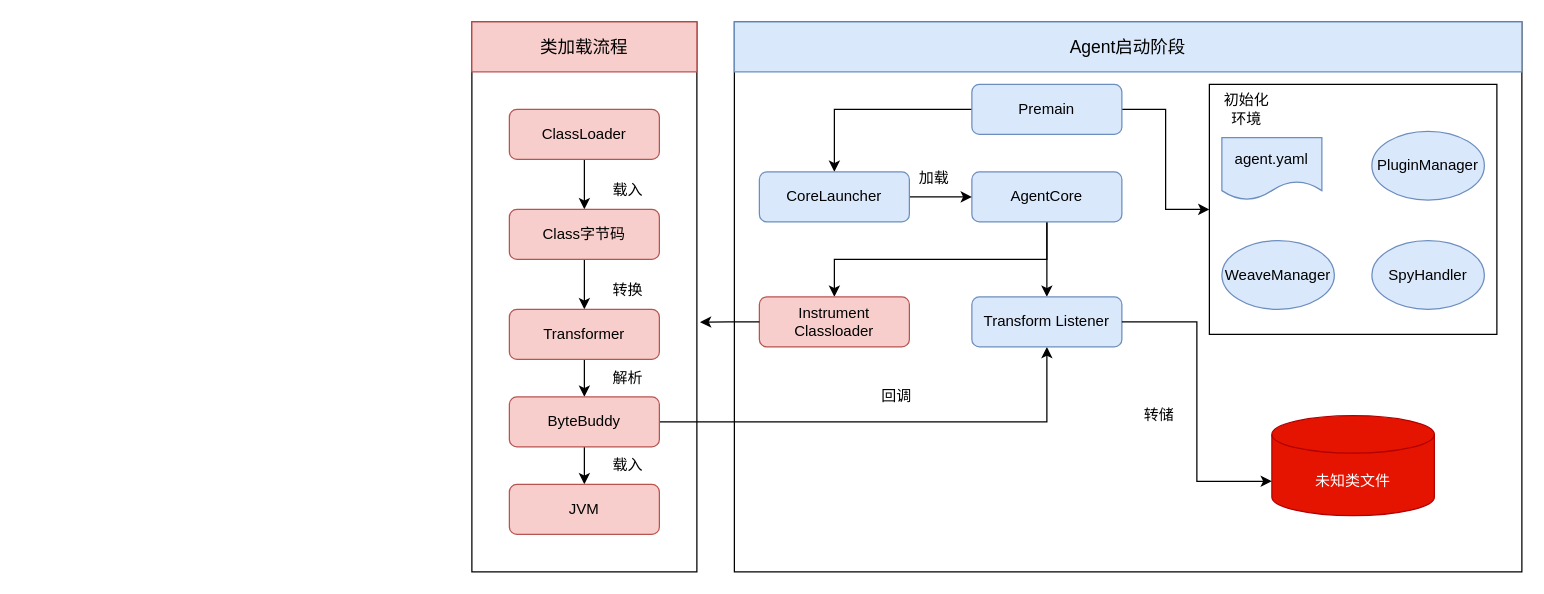
This is memshell.drawio from little-Icey/for-draw.io, a draw.io file, before an edit. Source tidied: cells renumbered, new cells numbered last; positions are measured from the earlier drawing's top-left corner, leaving out a move shared by most shapes. Both pictures are drawn from the tidied source at 125%, with x=0, y=0 at pixel (471, 21). Pictures stored in the file or linked from it are replaced by grey dashed boxes.
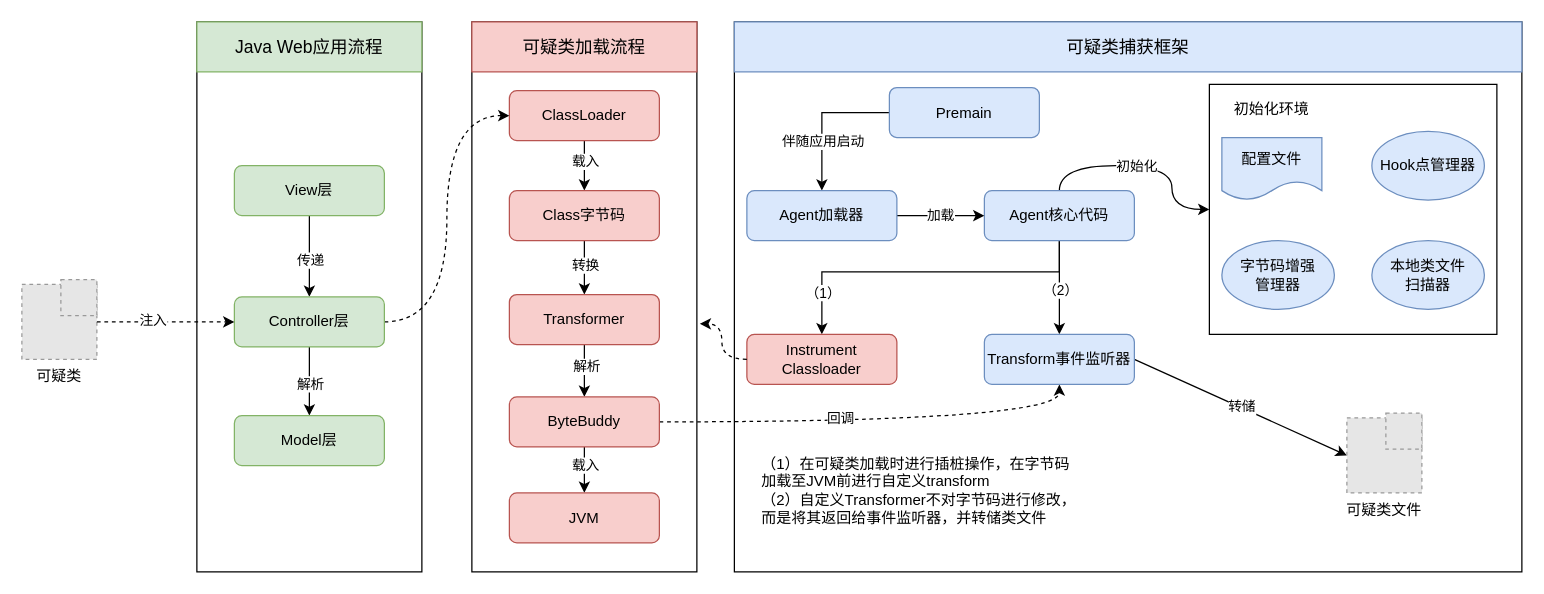
Above is the later version.

The change refers to these unchanged cells:
```xml
<mxCell id="3" style="rounded=0;whiteSpace=wrap;html=1;" parent="1" vertex="1">
  <mxGeometry width="180" height="440" as="geometry" />
</mxCell>
<mxCell id="5" style="edgeStyle=orthogonalEdgeStyle;rounded=0;jettySize=auto;html=1;exitX=0.5;exitY=1;exitDx=0;exitDy=0;entryX=0.5;entryY=0;entryDx=0;entryDy=0;" parent="1" edge="1" source="6" target="8">
  <mxGeometry relative="1" as="geometry" />
</mxCell>
<mxCell id="7" style="edgeStyle=orthogonalEdgeStyle;rounded=0;jettySize=auto;html=1;exitX=0.5;exitY=1;exitDx=0;exitDy=0;entryX=0.5;entryY=0;entryDx=0;entryDy=0;" parent="1" edge="1" source="8" target="10">
  <mxGeometry relative="1" as="geometry" />
</mxCell>
<mxCell id="9" style="edgeStyle=orthogonalEdgeStyle;rounded=0;jettySize=auto;html=1;exitX=0.5;exitY=1;exitDx=0;exitDy=0;entryX=0.5;entryY=0;entryDx=0;entryDy=0;" parent="1" edge="1" source="10" target="13">
  <mxGeometry relative="1" as="geometry" />
</mxCell>
<mxCell id="11" style="edgeStyle=orthogonalEdgeStyle;rounded=0;jettySize=auto;html=1;exitX=0.5;exitY=1;exitDx=0;exitDy=0;entryX=0.5;entryY=0;entryDx=0;entryDy=0;" parent="1" edge="1" source="13" target="14">
  <mxGeometry relative="1" as="geometry" />
</mxCell>
<mxCell id="13" value="ByteBuddy" style="rounded=1;whiteSpace=wrap;html=1;fillColor=#f8cecc;strokeColor=#b85450;" parent="1" vertex="1">
  <mxGeometry x="30" y="300" width="120" height="40" as="geometry" />
</mxCell>
<mxCell id="21" style="edgeStyle=orthogonalEdgeStyle;rounded=0;jettySize=auto;html=1;exitX=0.5;exitY=1;exitDx=0;exitDy=0;entryX=0.5;entryY=0;entryDx=0;entryDy=0;" parent="1" edge="1" source="22" target="35">
  <mxGeometry relative="1" as="geometry" />
</mxCell>
<mxCell id="23" style="edgeStyle=orthogonalEdgeStyle;rounded=0;jettySize=auto;html=1;exitX=0;exitY=0.5;exitDx=0;exitDy=0;entryX=0.5;entryY=0;entryDx=0;entryDy=0;" parent="1" edge="1" source="25" target="27">
  <mxGeometry relative="1" as="geometry" />
</mxCell>
<mxCell id="26" style="edgeStyle=orthogonalEdgeStyle;rounded=0;jettySize=auto;html=1;exitX=1;exitY=0.5;exitDx=0;exitDy=0;entryX=0;entryY=0.5;entryDx=0;entryDy=0;" parent="1" edge="1" source="27" target="22">
  <mxGeometry relative="1" as="geometry" />
</mxCell>
<mxCell id="28" style="rounded=0;whiteSpace=wrap;html=1;" parent="1" vertex="1">
  <mxGeometry x="590" y="50" width="230" height="200" as="geometry" />
</mxCell>
```

What changed in the source:
```diff
@@
-    <mxCell id="4" value="&lt;font style=&quot;font-size: 14px;&quot;&gt;类加载流程&lt;/font&gt;" style="rounded=0;whiteSpace=wrap;html=1;fillColor=#f8cecc;strokeColor=#b85450;" parent="1" vertex="1">
+    <mxCell id="4" value="&lt;font style=&quot;font-size: 14px;&quot;&gt;可疑类加载流程&lt;/font&gt;" style="rounded=0;whiteSpace=wrap;html=1;fillColor=#f8cecc;strokeColor=#b85450;" parent="1" vertex="1">
       <mxGeometry width="180" height="40" as="geometry" />
     </mxCell>
@@
+    <mxCell id="42" value="载入" style="edgeLabel;html=1;align=center;verticalAlign=middle;" parent="5" vertex="1">
+      <mxGeometry x="-0.19" relative="1" as="geometry" />
+    </mxCell>
     <mxCell id="6" value="ClassLoader" style="rounded=1;whiteSpace=wrap;html=1;fillColor=#f8cecc;strokeColor=#b85450;" parent="1" vertex="1">
-      <mxGeometry x="30" y="70" width="120" height="40" as="geometry" />
+      <mxGeometry x="30" y="55" width="120" height="40" as="geometry" />
     </mxCell>
@@
+    <mxCell id="16" value="转换" style="edgeLabel;html=1;align=center;verticalAlign=middle;" parent="7" vertex="1">
+      <mxGeometry x="-0.14" relative="1" as="geometry" />
+    </mxCell>
     <mxCell id="8" value="Class字节码" style="rounded=1;whiteSpace=wrap;html=1;fillColor=#f8cecc;strokeColor=#b85450;" parent="1" vertex="1">
-      <mxGeometry x="30" y="150" width="120" height="40" as="geometry" />
+      <mxGeometry x="30" y="135" width="120" height="40" as="geometry" />
     </mxCell>
@@
+    <mxCell id="43" value="解析" style="edgeLabel;html=1;align=center;verticalAlign=middle;" parent="9" vertex="1">
+      <mxGeometry x="-0.21" y="1" relative="1" as="geometry" />
+    </mxCell>
     <mxCell id="10" value="Transformer" style="rounded=1;whiteSpace=wrap;html=1;fillColor=#f8cecc;strokeColor=#b85450;" parent="1" vertex="1">
-      <mxGeometry x="30" y="230" width="120" height="40" as="geometry" />
+      <mxGeometry x="30" y="218.1" width="120" height="40" as="geometry" />
     </mxCell>
@@
+    <mxCell id="44" value="载入" style="edgeLabel;html=1;align=center;verticalAlign=middle;" parent="11" vertex="1">
+      <mxGeometry x="-0.26" relative="1" as="geometry" />
+    </mxCell>
-    <mxCell id="12" style="edgeStyle=orthogonalEdgeStyle;rounded=0;jettySize=auto;html=1;exitX=1;exitY=0.5;exitDx=0;exitDy=0;entryX=0.5;entryY=1;entryDx=0;entryDy=0;" parent="1" edge="1" source="13" target="35">
+    <mxCell id="12" style="edgeStyle=orthogonalEdgeStyle;rounded=0;jettySize=auto;html=1;exitX=1;exitY=0.5;exitDx=0;exitDy=0;entryX=0.5;entryY=1;entryDx=0;entryDy=0;curved=1;dashed=1;" parent="1" edge="1" source="13" target="35">
       <mxGeometry relative="1" as="geometry" />
     </mxCell>
+    <mxCell id="40" value="回调" style="edgeLabel;html=1;align=center;verticalAlign=middle;" parent="12" vertex="1">
+      <mxGeometry x="-0.18" y="4" relative="1" as="geometry" />
+    </mxCell>
@@
     <mxCell id="14" value="JVM" style="rounded=1;whiteSpace=wrap;html=1;fillColor=#f8cecc;strokeColor=#b85450;" parent="1" vertex="1">
-      <mxGeometry x="30" y="370" width="120" height="40" as="geometry" />
+      <mxGeometry x="30" y="376.8" width="120" height="40" as="geometry" />
     </mxCell>
-    <mxCell id="15" value="载入" style="text;html=1;align=center;verticalAlign=middle;whiteSpace=wrap;rounded=0;" parent="1" vertex="1">
-      <mxGeometry x="95" y="120" width="60" height="30" as="geometry" />
-    </mxCell>
-    <mxCell id="16" value="转换" style="text;html=1;align=center;verticalAlign=middle;whiteSpace=wrap;rounded=0;" parent="1" vertex="1">
-      <mxGeometry x="95" y="200" width="60" height="30" as="geometry" />
-    </mxCell>
-    <mxCell id="17" value="解析" style="text;html=1;align=center;verticalAlign=middle;whiteSpace=wrap;rounded=0;" parent="1" vertex="1">
-      <mxGeometry x="95" y="270" width="60" height="30" as="geometry" />
-    </mxCell>
-    <mxCell id="18" value="载入" style="text;html=1;align=center;verticalAlign=middle;whiteSpace=wrap;rounded=0;" parent="1" vertex="1">
-      <mxGeometry x="95" y="340" width="60" height="30" as="geometry" />
-    </mxCell>
-    <mxCell id="19" value="&lt;font style=&quot;font-size: 14px;&quot;&gt;Agent启动阶段&lt;/font&gt;" style="rounded=0;whiteSpace=wrap;html=1;fillColor=#dae8fc;strokeColor=#6c8ebf;" parent="1" vertex="1">
+    <mxCell id="19" value="&lt;span style=&quot;font-size: 14px;&quot;&gt;可疑类捕获框架&lt;/span&gt;" style="rounded=0;whiteSpace=wrap;html=1;fillColor=#dae8fc;strokeColor=#6c8ebf;" parent="1" vertex="1">
       <mxGeometry x="210" width="630" height="40" as="geometry" />
     </mxCell>
     <mxCell id="20" style="edgeStyle=orthogonalEdgeStyle;rounded=0;jettySize=auto;html=1;exitX=0.5;exitY=1;exitDx=0;exitDy=0;entryX=0.5;entryY=0;entryDx=0;entryDy=0;" parent="1" edge="1" source="22" target="34">
-      <mxGeometry relative="1" as="geometry" />
+      <mxGeometry relative="1" as="geometry">
+        <Array as="points">
+          <mxPoint x="470" y="200" />
+          <mxPoint x="280" y="200" />
+        </Array>
+      </mxGeometry>
     </mxCell>
+    <mxCell id="45" value="（1）" style="edgeLabel;html=1;align=center;verticalAlign=middle;" parent="20" vertex="1">
+      <mxGeometry x="0.74" relative="1" as="geometry" />
+    </mxCell>
@@
+    <mxCell id="46" value="（2）" style="edgeLabel;html=1;align=center;verticalAlign=middle;" parent="21" vertex="1">
+      <mxGeometry x="0.04" relative="1" as="geometry" />
+    </mxCell>
+    <mxCell id="47" style="edgeStyle=orthogonalEdgeStyle;rounded=0;jettySize=auto;html=1;exitX=0.5;exitY=0;exitDx=0;exitDy=0;entryX=0;entryY=0.5;entryDx=0;entryDy=0;curved=1;" parent="1" edge="1" source="22" target="28">
+      <mxGeometry relative="1" as="geometry" />
+    </mxCell>
+    <mxCell id="48" value="初始化" style="edgeLabel;html=1;align=center;verticalAlign=middle;" parent="47" vertex="1">
+      <mxGeometry x="-0.07" relative="1" as="geometry" />
+    </mxCell>
-    <mxCell id="22" value="AgentCore" style="rounded=1;whiteSpace=wrap;html=1;fillColor=#dae8fc;strokeColor=#6c8ebf;" parent="1" vertex="1">
-      <mxGeometry x="400" y="120" width="120" height="40" as="geometry" />
+    <mxCell id="22" value="Agent核心代码" style="rounded=1;whiteSpace=wrap;html=1;fillColor=#dae8fc;strokeColor=#6c8ebf;" parent="1" vertex="1">
+      <mxGeometry x="410" y="135" width="120" height="40" as="geometry" />
     </mxCell>
@@
-    <mxCell id="24" style="edgeStyle=orthogonalEdgeStyle;rounded=0;jettySize=auto;html=1;exitX=1;exitY=0.5;exitDx=0;exitDy=0;entryX=0;entryY=0.5;entryDx=0;entryDy=0;" parent="1" edge="1" source="25" target="28">
-      <mxGeometry relative="1" as="geometry" />
-    </mxCell>
+    <mxCell id="49" value="伴随应用启动" style="edgeLabel;html=1;align=center;verticalAlign=middle;" parent="23" vertex="1">
+      <mxGeometry x="0.33" relative="1" as="geometry" />
+    </mxCell>
     <mxCell id="25" value="Premain" style="rounded=1;whiteSpace=wrap;html=1;fillColor=#dae8fc;strokeColor=#6c8ebf;" parent="1" vertex="1">
-      <mxGeometry x="400" y="50" width="120" height="40" as="geometry" />
+      <mxGeometry x="334" y="52.5" width="120" height="40" as="geometry" />
     </mxCell>
@@
+    <mxCell id="41" value="加载" style="edgeLabel;html=1;align=center;verticalAlign=middle;" parent="26" vertex="1">
+      <mxGeometry x="-0.02" y="1" relative="1" as="geometry" />
+    </mxCell>
-    <mxCell id="27" value="CoreLauncher" style="rounded=1;whiteSpace=wrap;html=1;fillColor=#dae8fc;strokeColor=#6c8ebf;" parent="1" vertex="1">
-      <mxGeometry x="230" y="120" width="120" height="40" as="geometry" />
+    <mxCell id="27" value="Agent加载器" style="rounded=1;whiteSpace=wrap;html=1;fillColor=#dae8fc;strokeColor=#6c8ebf;" parent="1" vertex="1">
+      <mxGeometry x="220" y="135" width="120" height="40" as="geometry" />
     </mxCell>
@@
     <mxCell id="29" value="初始化&lt;span style=&quot;background-color: transparent; color: light-dark(rgb(0, 0, 0), rgb(255, 255, 255));&quot;&gt;环境&lt;/span&gt;" style="text;html=1;align=center;verticalAlign=middle;whiteSpace=wrap;rounded=0;" parent="1" vertex="1">
-      <mxGeometry x="600" y="55" width="40" height="30" as="geometry" />
+      <mxGeometry x="600" y="55" width="80" height="30" as="geometry" />
     </mxCell>
-    <mxCell id="30" value="agent.yaml" style="shape=document;whiteSpace=wrap;html=1;boundedLbl=1;fillColor=#dae8fc;strokeColor=#6c8ebf;" parent="1" vertex="1">
+    <mxCell id="30" value="配置文件" style="shape=document;whiteSpace=wrap;html=1;boundedLbl=1;fillColor=#dae8fc;strokeColor=#6c8ebf;" parent="1" vertex="1">
       <mxGeometry x="600" y="92.5" width="80" height="50" as="geometry" />
     </mxCell>
-    <mxCell id="31" value="PluginManager" style="ellipse;whiteSpace=wrap;html=1;fillColor=#dae8fc;strokeColor=#6c8ebf;" parent="1" vertex="1">
+    <mxCell id="31" value="Hook点管理器" style="ellipse;whiteSpace=wrap;html=1;fillColor=#dae8fc;strokeColor=#6c8ebf;" parent="1" vertex="1">
       <mxGeometry x="720" y="87.5" width="90" height="55" as="geometry" />
     </mxCell>
-    <mxCell id="32" value="WeaveManager" style="ellipse;whiteSpace=wrap;html=1;fillColor=#dae8fc;strokeColor=#6c8ebf;" parent="1" vertex="1">
+    <mxCell id="32" value="字节码增强&lt;div&gt;管理器&lt;/div&gt;" style="ellipse;whiteSpace=wrap;html=1;fillColor=#dae8fc;strokeColor=#6c8ebf;" parent="1" vertex="1">
       <mxGeometry x="600" y="175" width="90" height="55" as="geometry" />
     </mxCell>
-    <mxCell id="33" value="SpyHandler" style="ellipse;whiteSpace=wrap;html=1;fillColor=#dae8fc;strokeColor=#6c8ebf;" parent="1" vertex="1">
+    <mxCell id="33" value="本地类文件&lt;div&gt;扫描器&lt;/div&gt;" style="ellipse;whiteSpace=wrap;html=1;fillColor=#dae8fc;strokeColor=#6c8ebf;" parent="1" vertex="1">
       <mxGeometry x="720" y="175" width="90" height="55" as="geometry" />
     </mxCell>
     <mxCell id="34" value="Instrument Classloader" style="rounded=1;whiteSpace=wrap;html=1;fillColor=#f8cecc;strokeColor=#b85450;" parent="1" vertex="1">
-      <mxGeometry x="230" y="220" width="120" height="40" as="geometry" />
+      <mxGeometry x="220" y="250" width="120" height="40" as="geometry" />
     </mxCell>
+    <mxCell id="50" style="rounded=0;jettySize=auto;html=1;exitX=1;exitY=0.5;exitDx=0;exitDy=0;entryX=0;entryY=0.5;entryDx=0;entryDy=0;" parent="1" edge="1" source="35" target="67">
+      <mxGeometry relative="1" as="geometry" />
+    </mxCell>
+    <mxCell id="39" value="转储" style="edgeLabel;html=1;align=center;verticalAlign=middle;" parent="50" vertex="1">
+      <mxGeometry y="1" relative="1" as="geometry" />
+    </mxCell>
-    <mxCell id="35" value="Transform Listener" style="rounded=1;whiteSpace=wrap;html=1;fillColor=#dae8fc;strokeColor=#6c8ebf;" parent="1" vertex="1">
-      <mxGeometry x="400" y="220" width="120" height="40" as="geometry" />
+    <mxCell id="35" value="Transform事件监听器" style="rounded=1;whiteSpace=wrap;html=1;fillColor=#dae8fc;strokeColor=#6c8ebf;" parent="1" vertex="1">
+      <mxGeometry x="410" y="250" width="120" height="40" as="geometry" />
     </mxCell>
+    <mxCell id="51" style="rounded=0;whiteSpace=wrap;html=1;" parent="1" vertex="1">
+      <mxGeometry x="-220" width="180" height="440" as="geometry" />
+    </mxCell>
+    <mxCell id="52" value="&lt;span style=&quot;font-size: 14px;&quot;&gt;Java Web应用流程&lt;/span&gt;" style="rounded=0;whiteSpace=wrap;html=1;fillColor=#d5e8d4;strokeColor=#82b366;" parent="1" vertex="1">
+      <mxGeometry x="-220" width="180" height="40" as="geometry" />
+    </mxCell>
+    <mxCell id="53" style="edgeStyle=orthogonalEdgeStyle;rounded=0;jettySize=auto;html=1;exitX=0.5;exitY=1;exitDx=0;exitDy=0;entryX=0.5;entryY=0;entryDx=0;entryDy=0;" parent="1" edge="1" source="55" target="59">
+      <mxGeometry relative="1" as="geometry" />
+    </mxCell>
+    <mxCell id="54" value="传递" style="edgeLabel;html=1;align=center;verticalAlign=middle;" parent="53" vertex="1">
+      <mxGeometry x="-0.1" y="-3" relative="1" as="geometry">
+        <mxPoint x="3" y="6" as="offset" />
+      </mxGeometry>
+    </mxCell>
+    <mxCell id="55" value="View层" style="rounded=1;whiteSpace=wrap;html=1;fillColor=#d5e8d4;strokeColor=#82b366;" parent="1" vertex="1">
+      <mxGeometry x="-190" y="115" width="120" height="40" as="geometry" />
+    </mxCell>
+    <mxCell id="56" style="edgeStyle=orthogonalEdgeStyle;rounded=0;jettySize=auto;html=1;exitX=0.5;exitY=1;exitDx=0;exitDy=0;entryX=0.5;entryY=0;entryDx=0;entryDy=0;" parent="1" edge="1" source="59" target="60">
+      <mxGeometry relative="1" as="geometry" />
+    </mxCell>
+    <mxCell id="57" value="解析" style="edgeLabel;html=1;align=center;verticalAlign=middle;" parent="56" vertex="1">
+      <mxGeometry x="0.04" relative="1" as="geometry" />
+    </mxCell>
+    <mxCell id="58" style="edgeStyle=orthogonalEdgeStyle;rounded=0;jettySize=auto;html=1;exitX=1;exitY=0.5;exitDx=0;exitDy=0;entryX=0;entryY=0.5;entryDx=0;entryDy=0;dashed=1;curved=1;" parent="1" edge="1" source="59" target="6">
+      <mxGeometry relative="1" as="geometry" />
+    </mxCell>
+    <mxCell id="59" value="Controller层" style="rounded=1;whiteSpace=wrap;html=1;fillColor=#d5e8d4;strokeColor=#82b366;" parent="1" vertex="1">
+      <mxGeometry x="-190" y="220" width="120" height="40" as="geometry" />
+    </mxCell>
+    <mxCell id="60" value="Model层" style="rounded=1;whiteSpace=wrap;html=1;fillColor=#d5e8d4;strokeColor=#82b366;" parent="1" vertex="1">
+      <mxGeometry x="-190" y="315" width="120" height="40" as="geometry" />
+    </mxCell>
+    <mxCell id="61" style="group;" parent="1" vertex="1">
+      <mxGeometry x="-360" y="206.2" width="60" height="63.8" as="geometry" />
+    </mxCell>
+    <mxCell id="62" value="可疑类" style="fillColor=#E6E6E6;strokeColor=#999999;dashed=1;verticalLabelPosition=bottom;labelBackgroundColor=default;verticalAlign=top;" parent="61" vertex="1">
+      <mxGeometry y="3.8" width="60" height="60" as="geometry" />
+    </mxCell>
+    <mxCell id="63" style="fillColor=#E6E6E6;strokeColor=#999999;dashed=1;verticalLabelPosition=bottom;labelBackgroundColor=default;verticalAlign=top;" parent="61" vertex="1">
+      <mxGeometry x="31.2" width="28.8" height="28.8" as="geometry" />
+    </mxCell>
+    <mxCell id="64" style="edgeStyle=orthogonalEdgeStyle;rounded=0;jettySize=auto;html=1;exitX=1;exitY=0.5;exitDx=0;exitDy=0;entryX=0;entryY=0.5;entryDx=0;entryDy=0;dashed=1;" parent="1" edge="1" source="62" target="59">
+      <mxGeometry relative="1" as="geometry" />
+    </mxCell>
+    <mxCell id="65" value="注入" style="edgeLabel;html=1;align=center;verticalAlign=middle;" parent="64" vertex="1">
+      <mxGeometry x="-0.2" y="2" relative="1" as="geometry" />
+    </mxCell>
+    <mxCell id="66" style="group;" parent="1" vertex="1">
+      <mxGeometry x="700" y="313" width="60" height="63.8" as="geometry" />
+    </mxCell>
+    <mxCell id="67" value="可疑类文件" style="fillColor=#E6E6E6;strokeColor=#999999;dashed=1;verticalLabelPosition=bottom;labelBackgroundColor=default;verticalAlign=top;" parent="66" vertex="1">
+      <mxGeometry y="3.8" width="60" height="60" as="geometry" />
+    </mxCell>
+    <mxCell id="68" style="fillColor=#E6E6E6;strokeColor=#999999;dashed=1;verticalLabelPosition=bottom;labelBackgroundColor=default;verticalAlign=top;" parent="66" vertex="1">
+      <mxGeometry x="31.2" width="28.8" height="28.8" as="geometry" />
+    </mxCell>
-    <mxCell id="36" style="edgeStyle=orthogonalEdgeStyle;rounded=0;jettySize=auto;html=1;exitX=0;exitY=0.5;exitDx=0;exitDy=0;entryX=1.014;entryY=0.546;entryDx=0;entryDy=0;entryPerimeter=0;" parent="1" edge="1" source="34" target="3">
+    <mxCell id="36" style="edgeStyle=orthogonalEdgeStyle;rounded=0;jettySize=auto;html=1;exitX=0;exitY=0.5;exitDx=0;exitDy=0;entryX=1.013;entryY=0.549;entryDx=0;entryDy=0;entryPerimeter=0;curved=1;dashed=1;" parent="1" edge="1" source="34" target="3">
       <mxGeometry relative="1" as="geometry" />
     </mxCell>
-    <mxCell id="37" value="未知类文件" style="shape=cylinder3;whiteSpace=wrap;html=1;boundedLbl=1;backgroundOutline=1;size=15;fillColor=#e51400;fontColor=#ffffff;strokeColor=#B20000;" parent="1" vertex="1">
-      <mxGeometry x="640" y="315" width="130" height="80" as="geometry" />
-    </mxCell>
-    <mxCell id="38" style="edgeStyle=orthogonalEdgeStyle;rounded=0;jettySize=auto;html=1;exitX=1;exitY=0.5;exitDx=0;exitDy=0;entryX=0;entryY=0;entryDx=0;entryDy=52.5;entryPerimeter=0;" parent="1" edge="1" source="35" target="37">
-      <mxGeometry relative="1" as="geometry" />
-    </mxCell>
-    <mxCell id="39" value="转储" style="text;html=1;align=center;verticalAlign=middle;whiteSpace=wrap;rounded=0;" parent="1" vertex="1">
-      <mxGeometry x="520" y="300" width="60" height="30" as="geometry" />
-    </mxCell>
-    <mxCell id="40" value="回调" style="text;html=1;align=center;verticalAlign=middle;whiteSpace=wrap;rounded=0;" parent="1" vertex="1">
-      <mxGeometry x="310" y="285" width="60" height="30" as="geometry" />
-    </mxCell>
-    <mxCell id="41" value="加载" style="text;html=1;align=center;verticalAlign=middle;whiteSpace=wrap;rounded=0;" parent="1" vertex="1">
-      <mxGeometry x="340" y="110" width="60" height="30" as="geometry" />
-    </mxCell>
+    <mxCell id="69" value="（1）在可疑类加载时进行插桩操作，在字节码加载至JVM前进行自定义transform&lt;div&gt;（2）自定义Transformer不对字节码进行修改，而是将其返回给事件监听器，并转储类文件&lt;/div&gt;" style="text;html=1;align=left;verticalAlign=middle;whiteSpace=wrap;rounded=0;" parent="1" vertex="1">
+      <mxGeometry x="230" y="329.9" width="260" height="90.1" as="geometry" />
+    </mxCell>
```
